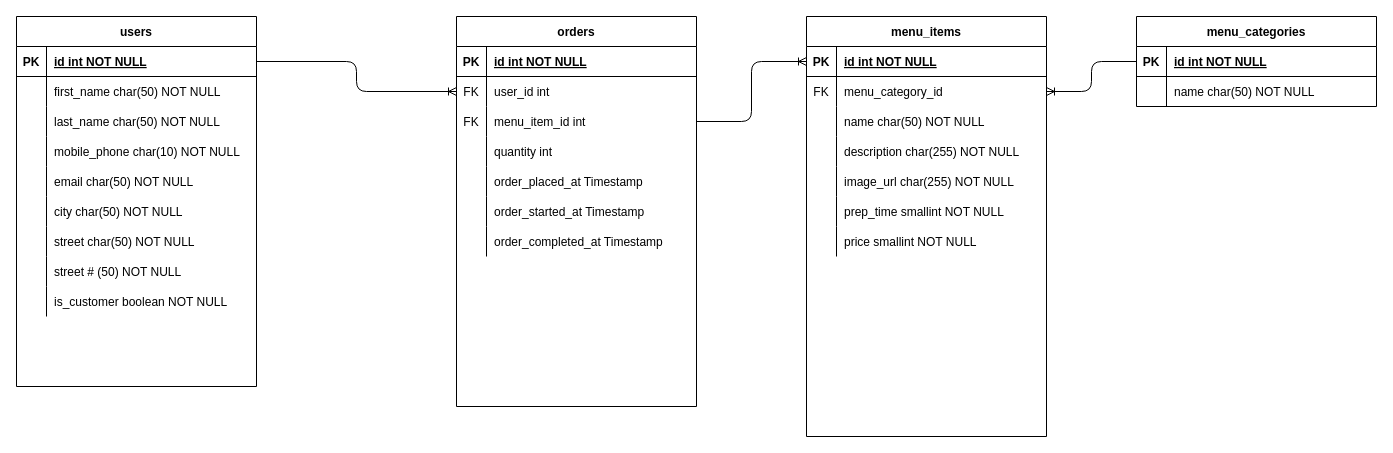
Before: db/erd/taco_takeout_erd.drawio in mjoyal/taco-takeout, a draw.io diagram. Source tidied: cells renumbered, new cells numbered last; positions are measured from the earlier drawing's top-left corner, leaving out a move shared by most shapes. Both pictures are drawn from the tidied source at 100%, with x=0, y=0 at pixel (16, 16).
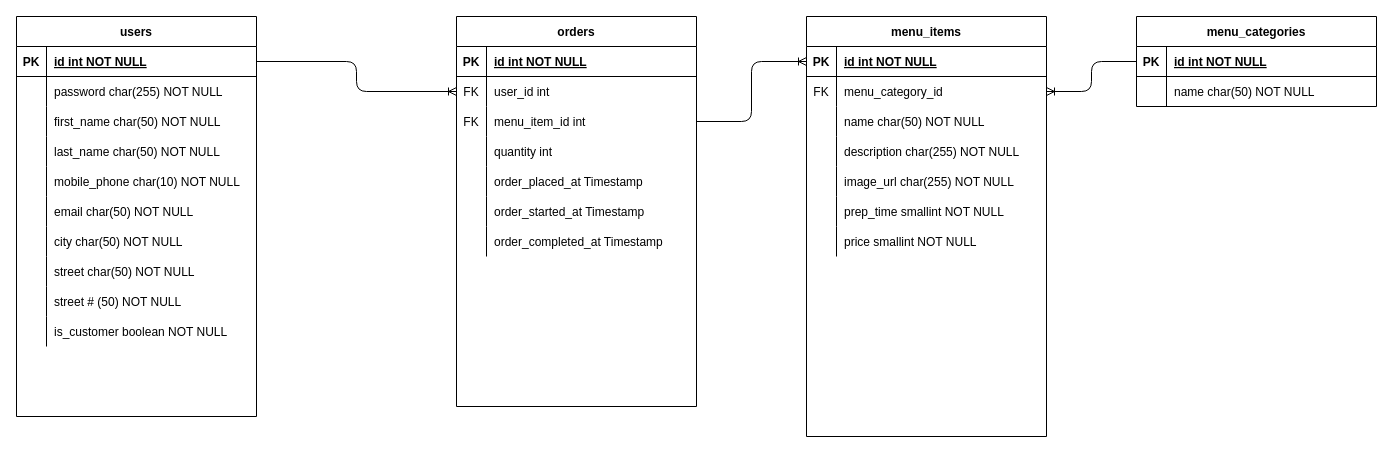
After the change.

The edit, as a diff of the source:
```diff
@@
     <mxCell id="2" value="users" style="shape=table;startSize=30;childLayout=tableLayout;rowLines=0;fontStyle=1;align=center;" parent="1" vertex="1">
-      <mxGeometry width="240" height="370" as="geometry" />
+      <mxGeometry width="240" height="400" as="geometry" />
     </mxCell>
@@
+    <mxCell id="84" style="shape=partialRectangle;fillColor=none;top=0;left=0;bottom=0;right=0;" parent="2" vertex="1">
+      <mxGeometry y="60" width="240" height="30" as="geometry" />
+    </mxCell>
+    <mxCell id="85" style="shape=partialRectangle;fillColor=none;top=0;left=0;bottom=0;right=0;overflow=hidden;" parent="84" vertex="1">
+      <mxGeometry width="30" height="30" as="geometry" />
+    </mxCell>
+    <mxCell id="86" value="password char(255) NOT NULL" style="shape=partialRectangle;fillColor=none;top=0;left=0;bottom=0;right=0;align=left;spacingLeft=6;overflow=hidden;" parent="84" vertex="1">
+      <mxGeometry x="30" width="210" height="30" as="geometry" />
+    </mxCell>
     <mxCell id="6" style="shape=partialRectangle;fillColor=none;top=0;left=0;right=0;bottom=0;" parent="2" vertex="1">
-      <mxGeometry y="60" width="240" height="30" as="geometry" />
+      <mxGeometry y="90" width="240" height="30" as="geometry" />
     </mxCell>
@@
     <mxCell id="9" style="shape=partialRectangle;fillColor=none;top=0;left=0;bottom=0;right=0;" parent="2" vertex="1">
-      <mxGeometry y="90" width="240" height="30" as="geometry" />
+      <mxGeometry y="120" width="240" height="30" as="geometry" />
     </mxCell>
@@
     <mxCell id="12" style="shape=partialRectangle;fillColor=none;top=0;left=0;bottom=0;right=0;" parent="2" vertex="1">
-      <mxGeometry y="120" width="240" height="30" as="geometry" />
+      <mxGeometry y="150" width="240" height="30" as="geometry" />
     </mxCell>
@@
     <mxCell id="15" style="shape=partialRectangle;fillColor=none;top=0;left=0;bottom=0;right=0;" parent="2" vertex="1">
-      <mxGeometry y="150" width="240" height="30" as="geometry" />
+      <mxGeometry y="180" width="240" height="30" as="geometry" />
     </mxCell>
@@
     <mxCell id="18" style="shape=partialRectangle;fillColor=none;top=0;left=0;bottom=0;right=0;" parent="2" vertex="1">
-      <mxGeometry y="180" width="240" height="30" as="geometry" />
+      <mxGeometry y="210" width="240" height="30" as="geometry" />
     </mxCell>
@@
     <mxCell id="21" style="shape=partialRectangle;fillColor=none;top=0;left=0;bottom=0;right=0;" parent="2" vertex="1">
-      <mxGeometry y="210" width="240" height="30" as="geometry" />
+      <mxGeometry y="240" width="240" height="30" as="geometry" />
     </mxCell>
@@
     <mxCell id="24" style="shape=partialRectangle;fillColor=none;top=0;left=0;bottom=0;right=0;" parent="2" vertex="1">
-      <mxGeometry y="240" width="240" height="30" as="geometry" />
+      <mxGeometry y="270" width="240" height="30" as="geometry" />
     </mxCell>
@@
     <mxCell id="27" style="shape=partialRectangle;fillColor=none;top=0;left=0;bottom=0;right=0;" parent="2" vertex="1">
-      <mxGeometry y="270" width="240" height="30" as="geometry" />
+      <mxGeometry y="300" width="240" height="30" as="geometry" />
     </mxCell>
```
